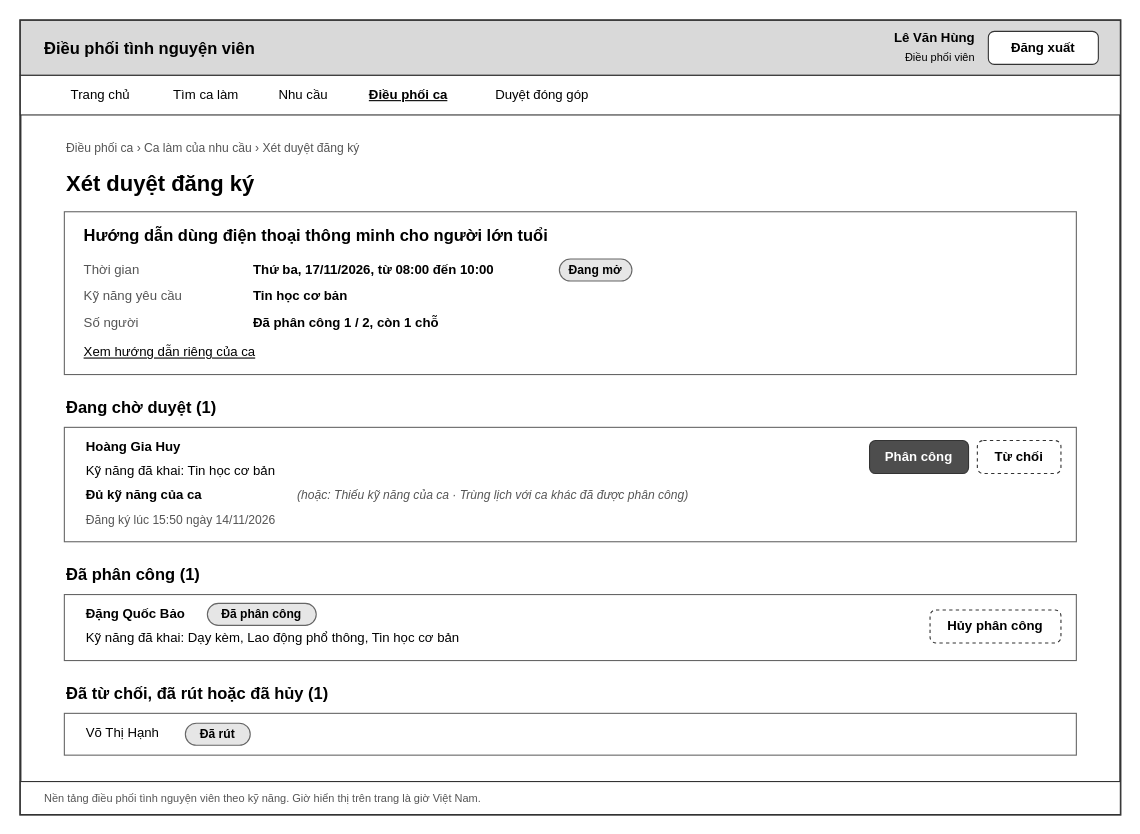
Earlier version of the draw.io diagram docs/giao_dien/drawio/M09_Xet_duyet_dang_ky.drawio (kanishere55/OOSD_NenTangDieuPhoi_TNV). Source tidied: cells renumbered, new cells numbered last; positions are measured from the earlier drawing's top-left corner, leaving out a move shared by most shapes. Both pictures are drawn from the tidied source at 110%, with x=0, y=0 at pixel (20, 20).
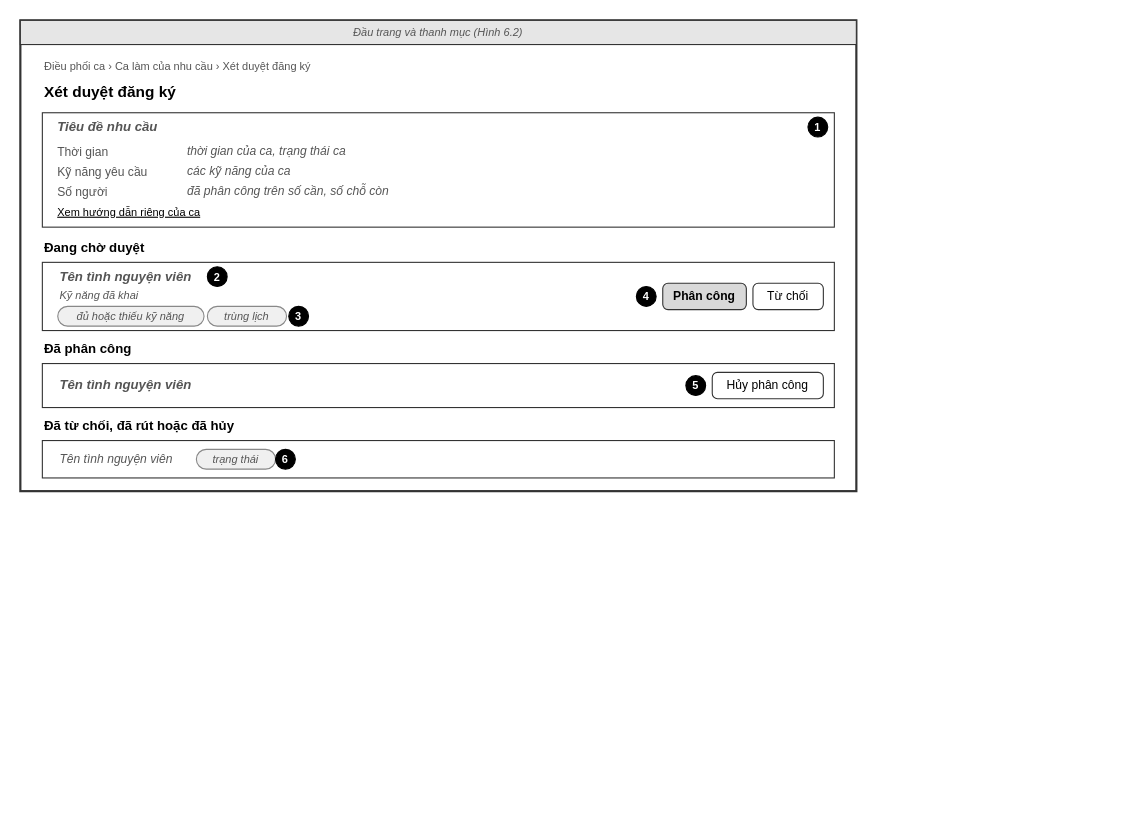
The same page after the edit.

What changed in the source:
```diff
@@
     <mxCell id="2" style="rounded=0;whiteSpace=wrap;html=1;fillColor=#ffffff;strokeColor=#333333;strokeWidth=2;" parent="1" vertex="1">
-      <mxGeometry width="1000" height="722" as="geometry" />
+      <mxGeometry width="760" height="428" as="geometry" />
     </mxCell>
-    <mxCell id="3" style="rounded=0;whiteSpace=wrap;html=1;fillColor=#d9d9d9;strokeColor=#333333;" parent="1" vertex="1">
-      <mxGeometry width="1000" height="50" as="geometry" />
+    <mxCell id="3" value="Đầu trang và thanh mục (Hình 6.2)" style="rounded=0;whiteSpace=wrap;html=1;fillColor=#e6e6e6;strokeColor=#333333;fontSize=10;fontStyle=2;fontColor=#555555;" parent="1" vertex="1">
+      <mxGeometry width="760" height="22" as="geometry" />
     </mxCell>
-    <mxCell id="4" value="Điều phối tình nguyện viên" style="text;html=1;strokeColor=none;fillColor=none;align=left;verticalAlign=middle;whiteSpace=wrap;rounded=0;fontSize=15;fontStyle=1;fontColor=#000000;" parent="1" vertex="1">
-      <mxGeometry x="20" y="10" width="320" height="30" as="geometry" />
+    <mxCell id="4" value="Điều phối ca  ›  Ca làm của nhu cầu  ›  Xét duyệt đăng ký" style="text;html=1;strokeColor=none;fillColor=none;align=left;verticalAlign=middle;whiteSpace=wrap;rounded=0;fontSize=10;fontStyle=0;fontColor=#555555;" parent="1" vertex="1">
+      <mxGeometry x="20" y="34" width="500" height="16" as="geometry" />
     </mxCell>
-    <mxCell id="5" value="Lê Văn Hùng" style="text;html=1;strokeColor=none;fillColor=none;align=right;verticalAlign=middle;whiteSpace=wrap;rounded=0;fontSize=12;fontStyle=1;fontColor=#000000;" parent="1" vertex="1">
-      <mxGeometry x="670" y="6" width="200" height="20" as="geometry" />
+    <mxCell id="5" value="Xét duyệt đăng ký" style="text;html=1;strokeColor=none;fillColor=none;align=left;verticalAlign=middle;whiteSpace=wrap;rounded=0;fontSize=14;fontStyle=1;fontColor=#000000;" parent="1" vertex="1">
+      <mxGeometry x="20" y="54" width="400" height="22" as="geometry" />
     </mxCell>
-    <mxCell id="6" value="Điều phối viên" style="text;html=1;strokeColor=none;fillColor=none;align=right;verticalAlign=middle;whiteSpace=wrap;rounded=0;fontSize=10;fontStyle=0;fontColor=#000000;" parent="1" vertex="1">
-      <mxGeometry x="670" y="24" width="200" height="18" as="geometry" />
+    <mxCell id="6" style="rounded=0;arcSize=8;whiteSpace=wrap;html=1;fillColor=#ffffff;strokeColor=#333333;" parent="1" vertex="1">
+      <mxGeometry x="20" y="84" width="720" height="104" as="geometry" />
     </mxCell>
-    <mxCell id="7" value="Đăng xuất" style="rounded=1;whiteSpace=wrap;html=1;arcSize=18;fontSize=12;fillColor=#ffffff;strokeColor=#333333;fontColor=#000000;fontStyle=1;" parent="1" vertex="1">
-      <mxGeometry x="880" y="10" width="100" height="30" as="geometry" />
+    <mxCell id="7" value="1" style="ellipse;whiteSpace=wrap;html=1;fillColor=#000000;strokeColor=#000000;fontColor=#ffffff;fontSize=10;fontStyle=1;" parent="1" vertex="1">
+      <mxGeometry x="716" y="88" width="18" height="18" as="geometry" />
     </mxCell>
-    <mxCell id="8" style="rounded=0;whiteSpace=wrap;html=1;fillColor=#ffffff;strokeColor=#333333;" parent="1" vertex="1">
-      <mxGeometry y="50" width="1000" height="36" as="geometry" />
+    <mxCell id="8" value="Tiêu đề nhu cầu" style="text;html=1;strokeColor=none;fillColor=none;align=left;verticalAlign=middle;whiteSpace=wrap;rounded=0;fontSize=12;fontStyle=3;fontColor=#555555;" parent="1" vertex="1">
+      <mxGeometry x="32" y="88" width="300" height="18" as="geometry" />
     </mxCell>
-    <mxCell id="9" value="Trang chủ" style="text;html=1;strokeColor=none;fillColor=none;align=center;verticalAlign=middle;whiteSpace=wrap;rounded=0;fontSize=12;fontStyle=0;fontColor=#000000;" parent="1" vertex="1">
-      <mxGeometry x="30" y="56" width="86" height="24" as="geometry" />
+    <mxCell id="9" value="Thời gian" style="text;html=1;strokeColor=none;fillColor=none;align=left;verticalAlign=middle;whiteSpace=wrap;rounded=0;fontSize=11;fontStyle=0;fontColor=#555555;" parent="1" vertex="1">
+      <mxGeometry x="32" y="110" width="110" height="19" as="geometry" />
     </mxCell>
-    <mxCell id="10" value="Tìm ca làm" style="text;html=1;strokeColor=none;fillColor=none;align=center;verticalAlign=middle;whiteSpace=wrap;rounded=0;fontSize=12;fontStyle=0;fontColor=#000000;" parent="1" vertex="1">
-      <mxGeometry x="122" y="56" width="94" height="24" as="geometry" />
+    <mxCell id="10" value="thời gian của ca, trạng thái ca" style="text;html=1;strokeColor=none;fillColor=none;align=left;verticalAlign=middle;whiteSpace=wrap;rounded=0;fontSize=11;fontStyle=2;fontColor=#555555;" parent="1" vertex="1">
+      <mxGeometry x="150" y="110" width="300" height="18" as="geometry" />
     </mxCell>
-    <mxCell id="11" value="Nhu cầu" style="text;html=1;strokeColor=none;fillColor=none;align=center;verticalAlign=middle;whiteSpace=wrap;rounded=0;fontSize=12;fontStyle=0;fontColor=#000000;" parent="1" vertex="1">
-      <mxGeometry x="222" y="56" width="71" height="24" as="geometry" />
+    <mxCell id="11" value="Kỹ năng yêu cầu" style="text;html=1;strokeColor=none;fillColor=none;align=left;verticalAlign=middle;whiteSpace=wrap;rounded=0;fontSize=11;fontStyle=0;fontColor=#555555;" parent="1" vertex="1">
+      <mxGeometry x="32" y="128" width="110" height="19" as="geometry" />
     </mxCell>
-    <mxCell id="12" value="Điều phối ca" style="text;html=1;strokeColor=none;fillColor=none;align=center;verticalAlign=middle;whiteSpace=wrap;rounded=0;fontSize=12;fontStyle=5;fontColor=#000000;" parent="1" vertex="1">
-      <mxGeometry x="299" y="56" width="108" height="24" as="geometry" />
+    <mxCell id="12" value="các kỹ năng của ca" style="text;html=1;strokeColor=none;fillColor=none;align=left;verticalAlign=middle;whiteSpace=wrap;rounded=0;fontSize=11;fontStyle=2;fontColor=#555555;" parent="1" vertex="1">
+      <mxGeometry x="150" y="128" width="300" height="18" as="geometry" />
     </mxCell>
-    <mxCell id="13" value="Duyệt đóng góp" style="text;html=1;strokeColor=none;fillColor=none;align=center;verticalAlign=middle;whiteSpace=wrap;rounded=0;fontSize=12;fontStyle=0;fontColor=#000000;" parent="1" vertex="1">
-      <mxGeometry x="413" y="56" width="123" height="24" as="geometry" />
+    <mxCell id="13" value="Số người" style="text;html=1;strokeColor=none;fillColor=none;align=left;verticalAlign=middle;whiteSpace=wrap;rounded=0;fontSize=11;fontStyle=0;fontColor=#555555;" parent="1" vertex="1">
+      <mxGeometry x="32" y="146" width="110" height="19" as="geometry" />
     </mxCell>
-    <mxCell id="14" value="Điều phối ca  ›  Ca làm của nhu cầu  ›  Xét duyệt đăng ký" style="text;html=1;strokeColor=none;fillColor=none;align=left;verticalAlign=middle;whiteSpace=wrap;rounded=0;fontSize=11;fontStyle=0;fontColor=#555555;" parent="1" vertex="1">
-      <mxGeometry x="40" y="106" width="900" height="20" as="geometry" />
+    <mxCell id="14" value="đã phân công trên số cần, số chỗ còn" style="text;html=1;strokeColor=none;fillColor=none;align=left;verticalAlign=middle;whiteSpace=wrap;rounded=0;fontSize=11;fontStyle=2;fontColor=#555555;" parent="1" vertex="1">
+      <mxGeometry x="150" y="146" width="300" height="18" as="geometry" />
     </mxCell>
-    <mxCell id="15" value="Xét duyệt đăng ký" style="text;html=1;strokeColor=none;fillColor=none;align=left;verticalAlign=middle;whiteSpace=wrap;rounded=0;fontSize=20;fontStyle=1;fontColor=#000000;" parent="1" vertex="1">
-      <mxGeometry x="40" y="132" width="900" height="32" as="geometry" />
+    <mxCell id="15" value="Xem hướng dẫn riêng của ca" style="text;html=1;strokeColor=none;fillColor=none;align=left;verticalAlign=middle;whiteSpace=wrap;rounded=0;fontSize=10;fontStyle=4;fontColor=#000000;" parent="1" vertex="1">
+      <mxGeometry x="32" y="166" width="240" height="16" as="geometry" />
     </mxCell>
-    <mxCell id="16" style="rounded=0;whiteSpace=wrap;html=1;fillColor=#ffffff;strokeColor=#666666;" parent="1" vertex="1">
-      <mxGeometry x="40" y="174" width="920" height="148" as="geometry" />
+    <mxCell id="16" value="Đang chờ duyệt" style="text;html=1;strokeColor=none;fillColor=none;align=left;verticalAlign=middle;whiteSpace=wrap;rounded=0;fontSize=12;fontStyle=1;fontColor=#000000;" parent="1" vertex="1">
+      <mxGeometry x="20" y="198" width="500" height="18" as="geometry" />
     </mxCell>
-    <mxCell id="17" value="Hướng dẫn dùng điện thoại thông minh cho người lớn tuổi" style="text;html=1;strokeColor=none;fillColor=none;align=left;verticalAlign=middle;whiteSpace=wrap;rounded=0;fontSize=15;fontStyle=1;fontColor=#000000;" parent="1" vertex="1">
-      <mxGeometry x="56" y="182" width="880" height="26" as="geometry" />
+    <mxCell id="17" style="rounded=0;arcSize=8;whiteSpace=wrap;html=1;fillColor=#ffffff;strokeColor=#333333;" parent="1" vertex="1">
+      <mxGeometry x="20" y="220" width="720" height="62" as="geometry" />
     </mxCell>
-    <mxCell id="18" value="Thời gian" style="text;html=1;strokeColor=none;fillColor=none;align=left;verticalAlign=middle;whiteSpace=wrap;rounded=0;fontSize=12;fontStyle=0;fontColor=#555555;" parent="1" vertex="1">
-      <mxGeometry x="56" y="216" width="150" height="22" as="geometry" />
+    <mxCell id="18" value="Tên tình nguyện viên" style="text;html=1;strokeColor=none;fillColor=none;align=left;verticalAlign=middle;whiteSpace=wrap;rounded=0;fontSize=12;fontStyle=3;fontColor=#555555;" parent="1" vertex="1">
+      <mxGeometry x="34" y="224" width="300" height="18" as="geometry" />
     </mxCell>
-    <mxCell id="19" value="Thứ ba, 17/11/2026, từ 08:00 đến 10:00" style="text;html=1;strokeColor=none;fillColor=none;align=left;verticalAlign=middle;whiteSpace=wrap;rounded=0;fontSize=12;fontStyle=1;fontColor=#000000;" parent="1" vertex="1">
-      <mxGeometry x="210" y="216" width="290" height="22" as="geometry" />
+    <mxCell id="19" value="Kỹ năng đã khai" style="text;html=1;strokeColor=none;fillColor=none;align=left;verticalAlign=middle;whiteSpace=wrap;rounded=0;fontSize=10;fontStyle=2;fontColor=#555555;" parent="1" vertex="1">
+      <mxGeometry x="34" y="242" width="300" height="16" as="geometry" />
     </mxCell>
-    <mxCell id="20" value="Đang mở" style="rounded=1;whiteSpace=wrap;html=1;arcSize=50;fontSize=11;fontStyle=1;fillColor=#e6e6e6;strokeColor=#666666;" parent="1" vertex="1">
-      <mxGeometry x="490" y="217" width="66" height="20" as="geometry" />
+    <mxCell id="20" value="đủ hoặc thiếu kỹ năng" style="rounded=1;arcSize=50;whiteSpace=wrap;html=1;fontSize=10;fontStyle=2;fontColor=#555555;fillColor=#f0f0f0;strokeColor=#888888;" parent="1" vertex="1">
+      <mxGeometry x="34" y="260" width="133" height="18" as="geometry" />
     </mxCell>
-    <mxCell id="21" value="Kỹ năng yêu cầu" style="text;html=1;strokeColor=none;fillColor=none;align=left;verticalAlign=middle;whiteSpace=wrap;rounded=0;fontSize=12;fontStyle=0;fontColor=#555555;" parent="1" vertex="1">
-      <mxGeometry x="56" y="240" width="150" height="22" as="geometry" />
+    <mxCell id="21" value="trùng lịch" style="rounded=1;arcSize=50;whiteSpace=wrap;html=1;fontSize=10;fontStyle=2;fontColor=#555555;fillColor=#f0f0f0;strokeColor=#888888;" parent="1" vertex="1">
+      <mxGeometry x="170" y="260" width="72" height="18" as="geometry" />
     </mxCell>
-    <mxCell id="22" value="Tin học cơ bản" style="text;html=1;strokeColor=none;fillColor=none;align=left;verticalAlign=middle;whiteSpace=wrap;rounded=0;fontSize=12;fontStyle=1;fontColor=#000000;" parent="1" vertex="1">
-      <mxGeometry x="210" y="240" width="600" height="22" as="geometry" />
+    <mxCell id="22" value="3" style="ellipse;whiteSpace=wrap;html=1;fillColor=#000000;strokeColor=#000000;fontColor=#ffffff;fontSize=10;fontStyle=1;" parent="1" vertex="1">
+      <mxGeometry x="244" y="260" width="18" height="18" as="geometry" />
     </mxCell>
-    <mxCell id="23" value="Số người" style="text;html=1;strokeColor=none;fillColor=none;align=left;verticalAlign=middle;whiteSpace=wrap;rounded=0;fontSize=12;fontStyle=0;fontColor=#555555;" parent="1" vertex="1">
-      <mxGeometry x="56" y="264" width="150" height="22" as="geometry" />
+    <mxCell id="23" value="2" style="ellipse;whiteSpace=wrap;html=1;fillColor=#000000;strokeColor=#000000;fontColor=#ffffff;fontSize=10;fontStyle=1;" parent="1" vertex="1">
+      <mxGeometry x="170" y="224" width="18" height="18" as="geometry" />
     </mxCell>
-    <mxCell id="24" value="Đã phân công 1 / 2, còn 1 chỗ" style="text;html=1;strokeColor=none;fillColor=none;align=left;verticalAlign=middle;whiteSpace=wrap;rounded=0;fontSize=12;fontStyle=1;fontColor=#000000;" parent="1" vertex="1">
-      <mxGeometry x="210" y="264" width="600" height="22" as="geometry" />
+    <mxCell id="24" value="Từ chối" style="rounded=1;arcSize=20;whiteSpace=wrap;html=1;fontSize=11;strokeColor=#333333;fillColor=#ffffff;" parent="1" vertex="1">
+      <mxGeometry x="666" y="239" width="64" height="24" as="geometry" />
     </mxCell>
-    <mxCell id="25" value="Xem hướng dẫn riêng của ca" style="text;html=1;strokeColor=none;fillColor=none;align=left;verticalAlign=middle;whiteSpace=wrap;rounded=0;fontSize=12;fontStyle=4;fontColor=#000000;" parent="1" vertex="1">
-      <mxGeometry x="56" y="292" width="400" height="20" as="geometry" />
+    <mxCell id="25" value="Phân công" style="rounded=1;arcSize=20;whiteSpace=wrap;html=1;fontSize=11;strokeColor=#333333;fillColor=#d9d9d9;fontStyle=1;" parent="1" vertex="1">
+      <mxGeometry x="584" y="239" width="76" height="24" as="geometry" />
     </mxCell>
-    <mxCell id="26" value="Đang chờ duyệt (1)" style="text;html=1;strokeColor=none;fillColor=none;align=left;verticalAlign=middle;whiteSpace=wrap;rounded=0;fontSize=15;fontStyle=1;fontColor=#000000;" parent="1" vertex="1">
-      <mxGeometry x="40" y="338" width="900" height="26" as="geometry" />
+    <mxCell id="26" value="4" style="ellipse;whiteSpace=wrap;html=1;fillColor=#000000;strokeColor=#000000;fontColor=#ffffff;fontSize=10;fontStyle=1;" parent="1" vertex="1">
+      <mxGeometry x="560" y="242" width="18" height="18" as="geometry" />
     </mxCell>
-    <mxCell id="27" style="rounded=0;whiteSpace=wrap;html=1;fillColor=#ffffff;strokeColor=#666666;" parent="1" vertex="1">
-      <mxGeometry x="40" y="370" width="920" height="104" as="geometry" />
+    <mxCell id="27" value="Đã phân công" style="text;html=1;strokeColor=none;fillColor=none;align=left;verticalAlign=middle;whiteSpace=wrap;rounded=0;fontSize=12;fontStyle=1;fontColor=#000000;" parent="1" vertex="1">
+      <mxGeometry x="20" y="290" width="500" height="18" as="geometry" />
     </mxCell>
-    <mxCell id="28" value="Hoàng Gia Huy" style="text;html=1;strokeColor=none;fillColor=none;align=left;verticalAlign=middle;whiteSpace=wrap;rounded=0;fontSize=12;fontStyle=1;fontColor=#000000;" parent="1" vertex="1">
-      <mxGeometry x="58" y="378" width="560" height="20" as="geometry" />
+    <mxCell id="28" style="rounded=0;arcSize=8;whiteSpace=wrap;html=1;fillColor=#ffffff;strokeColor=#333333;" parent="1" vertex="1">
+      <mxGeometry x="20" y="312" width="720" height="40" as="geometry" />
     </mxCell>
-    <mxCell id="29" value="Kỹ năng đã khai: Tin học cơ bản" style="text;html=1;strokeColor=none;fillColor=none;align=left;verticalAlign=middle;whiteSpace=wrap;rounded=0;fontSize=12;fontStyle=0;fontColor=#000000;" parent="1" vertex="1">
-      <mxGeometry x="58" y="400" width="560" height="20" as="geometry" />
+    <mxCell id="29" value="Tên tình nguyện viên" style="text;html=1;strokeColor=none;fillColor=none;align=left;verticalAlign=middle;whiteSpace=wrap;rounded=0;fontSize=12;fontStyle=3;fontColor=#555555;" parent="1" vertex="1">
+      <mxGeometry x="34" y="323" width="200" height="18" as="geometry" />
     </mxCell>
-    <mxCell id="30" value="Đủ kỹ năng của ca" style="text;html=1;strokeColor=none;fillColor=none;align=left;verticalAlign=middle;whiteSpace=wrap;rounded=0;fontSize=12;fontStyle=1;fontColor=#000000;" parent="1" vertex="1">
-      <mxGeometry x="58" y="422" width="560" height="20" as="geometry" />
+    <mxCell id="30" value="Hủy phân công" style="rounded=1;arcSize=20;whiteSpace=wrap;html=1;fontSize=11;strokeColor=#333333;fillColor=#ffffff;" parent="1" vertex="1">
+      <mxGeometry x="629" y="320" width="101" height="24" as="geometry" />
     </mxCell>
-    <mxCell id="31" value="Đăng ký lúc 15:50 ngày 14/11/2026" style="text;html=1;strokeColor=none;fillColor=none;align=left;verticalAlign=middle;whiteSpace=wrap;rounded=0;fontSize=11;fontStyle=0;fontColor=#555555;" parent="1" vertex="1">
-      <mxGeometry x="58" y="444" width="560" height="20" as="geometry" />
+    <mxCell id="31" value="5" style="ellipse;whiteSpace=wrap;html=1;fillColor=#000000;strokeColor=#000000;fontColor=#ffffff;fontSize=10;fontStyle=1;" parent="1" vertex="1">
+      <mxGeometry x="605" y="323" width="18" height="18" as="geometry" />
     </mxCell>
-    <mxCell id="32" value="Từ chối" style="rounded=1;whiteSpace=wrap;html=1;arcSize=18;fontSize=12;fillColor=#ffffff;strokeColor=#333333;fontColor=#000000;fontStyle=1;dashed=1;" parent="1" vertex="1">
-      <mxGeometry x="870" y="382" width="76" height="30" as="geometry" />
+    <mxCell id="32" value="Đã từ chối, đã rút hoặc đã hủy" style="text;html=1;strokeColor=none;fillColor=none;align=left;verticalAlign=middle;whiteSpace=wrap;rounded=0;fontSize=12;fontStyle=1;fontColor=#000000;" parent="1" vertex="1">
+      <mxGeometry x="20" y="360" width="500" height="18" as="geometry" />
     </mxCell>
-    <mxCell id="33" value="Phân công" style="rounded=1;whiteSpace=wrap;html=1;arcSize=18;fontSize=12;fillColor=#4d4d4d;strokeColor=#333333;fontColor=#ffffff;fontStyle=1;" parent="1" vertex="1">
-      <mxGeometry x="772" y="382" width="90" height="30" as="geometry" />
+    <mxCell id="33" style="rounded=0;arcSize=8;whiteSpace=wrap;html=1;fillColor=#ffffff;strokeColor=#333333;" parent="1" vertex="1">
+      <mxGeometry x="20" y="382" width="720" height="34" as="geometry" />
     </mxCell>
-    <mxCell id="34" value="(hoặc: Thiếu kỹ năng của ca · Trùng lịch với ca khác đã được phân công)" style="text;html=1;strokeColor=none;fillColor=none;align=left;verticalAlign=middle;whiteSpace=wrap;rounded=0;fontSize=11;fontStyle=2;fontColor=#555555;" parent="1" vertex="1">
-      <mxGeometry x="250" y="422" width="500" height="20" as="geometry" />
+    <mxCell id="34" value="Tên tình nguyện viên" style="text;html=1;strokeColor=none;fillColor=none;align=left;verticalAlign=middle;whiteSpace=wrap;rounded=0;fontSize=11;fontStyle=2;fontColor=#555555;" parent="1" vertex="1">
+      <mxGeometry x="34" y="390" width="160" height="18" as="geometry" />
     </mxCell>
-    <mxCell id="35" value="Đã phân công (1)" style="text;html=1;strokeColor=none;fillColor=none;align=left;verticalAlign=middle;whiteSpace=wrap;rounded=0;fontSize=15;fontStyle=1;fontColor=#000000;" parent="1" vertex="1">
-      <mxGeometry x="40" y="490" width="900" height="26" as="geometry" />
+    <mxCell id="35" value="trạng thái" style="rounded=1;arcSize=50;whiteSpace=wrap;html=1;fontSize=10;fontStyle=2;fontColor=#555555;fillColor=#f0f0f0;strokeColor=#888888;" parent="1" vertex="1">
+      <mxGeometry x="160" y="390" width="72" height="18" as="geometry" />
     </mxCell>
-    <mxCell id="36" style="rounded=0;whiteSpace=wrap;html=1;fillColor=#ffffff;strokeColor=#666666;" parent="1" vertex="1">
-      <mxGeometry x="40" y="522" width="920" height="60" as="geometry" />
+    <mxCell id="36" value="6" style="ellipse;whiteSpace=wrap;html=1;fillColor=#000000;strokeColor=#000000;fontColor=#ffffff;fontSize=10;fontStyle=1;" parent="1" vertex="1">
+      <mxGeometry x="232" y="390" width="18" height="18" as="geometry" />
     </mxCell>
-    <mxCell id="37" value="Đặng Quốc Bảo" style="text;html=1;strokeColor=none;fillColor=none;align=left;verticalAlign=middle;whiteSpace=wrap;rounded=0;fontSize=12;fontStyle=1;fontColor=#000000;" parent="1" vertex="1">
-      <mxGeometry x="58" y="530" width="130" height="20" as="geometry" />
-    </mxCell>
-    <mxCell id="38" value="Đã phân công" style="rounded=1;whiteSpace=wrap;html=1;arcSize=50;fontSize=11;fontStyle=1;fillColor=#e6e6e6;strokeColor=#666666;" parent="1" vertex="1">
-      <mxGeometry x="170" y="530" width="99" height="20" as="geometry" />
-    </mxCell>
-    <mxCell id="39" value="Kỹ năng đã khai: Dạy kèm, Lao động phổ thông, Tin học cơ bản" style="text;html=1;strokeColor=none;fillColor=none;align=left;verticalAlign=middle;whiteSpace=wrap;rounded=0;fontSize=12;fontStyle=0;fontColor=#000000;" parent="1" vertex="1">
-      <mxGeometry x="58" y="552" width="560" height="20" as="geometry" />
-    </mxCell>
-    <mxCell id="40" value="Hủy phân công" style="rounded=1;whiteSpace=wrap;html=1;arcSize=18;fontSize=12;fillColor=#ffffff;strokeColor=#333333;fontColor=#000000;fontStyle=1;dashed=1;" parent="1" vertex="1">
-      <mxGeometry x="827" y="536" width="119" height="30" as="geometry" />
-    </mxCell>
-    <mxCell id="41" value="Đã từ chối, đã rút hoặc đã hủy (1)" style="text;html=1;strokeColor=none;fillColor=none;align=left;verticalAlign=middle;whiteSpace=wrap;rounded=0;fontSize=15;fontStyle=1;fontColor=#000000;" parent="1" vertex="1">
-      <mxGeometry x="40" y="598" width="900" height="26" as="geometry" />
-    </mxCell>
-    <mxCell id="42" style="rounded=0;whiteSpace=wrap;html=1;fillColor=#ffffff;strokeColor=#666666;" parent="1" vertex="1">
-      <mxGeometry x="40" y="630" width="920" height="38" as="geometry" />
-    </mxCell>
-    <mxCell id="43" value="Võ Thị Hạnh" style="text;html=1;strokeColor=none;fillColor=none;align=left;verticalAlign=middle;whiteSpace=wrap;rounded=0;fontSize=12;fontStyle=0;fontColor=#000000;" parent="1" vertex="1">
-      <mxGeometry x="58" y="638" width="120" height="20" as="geometry" />
-    </mxCell>
-    <mxCell id="44" value="Đã rút" style="rounded=1;whiteSpace=wrap;html=1;arcSize=50;fontSize=11;fontStyle=1;fillColor=#e6e6e6;strokeColor=#666666;" parent="1" vertex="1">
-      <mxGeometry x="150" y="639" width="59" height="20" as="geometry" />
-    </mxCell>
-    <mxCell id="45" style="rounded=0;whiteSpace=wrap;html=1;fillColor=#ffffff;strokeColor=#333333;" parent="1" vertex="1">
-      <mxGeometry y="692" width="1000" height="30" as="geometry" />
-    </mxCell>
-    <mxCell id="46" value="Nền tảng điều phối tình nguyện viên theo kỹ năng. Giờ hiển thị trên trang là giờ Việt Nam." style="text;html=1;strokeColor=none;fillColor=none;align=left;verticalAlign=middle;whiteSpace=wrap;rounded=0;fontSize=10;fontStyle=0;fontColor=#555555;" parent="1" vertex="1">
-      <mxGeometry x="20" y="696" width="700" height="22" as="geometry" />
-    </mxCell>
```
